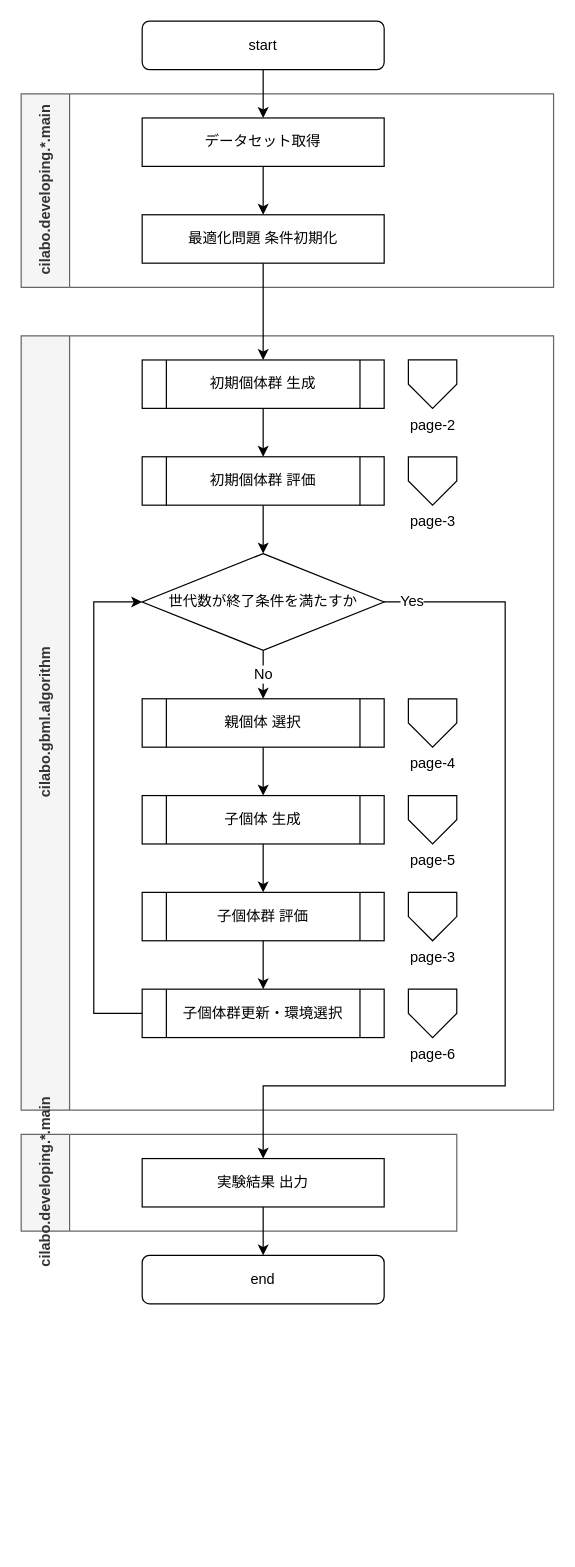
hiro-tacky/MoFGBML_roma keeps this draw.io diagram as page "Page-1" (1 of 3) of 名称未設定ファイル.drawio. Above is the earlier version. Source tidied: cells renumbered, new cells numbered last; positions are measured from the earlier drawing's top-left corner, leaving out a move shared by most shapes. Both pictures are drawn from the tidied source at 121%, with x=0, y=0 at pixel (21, 21).
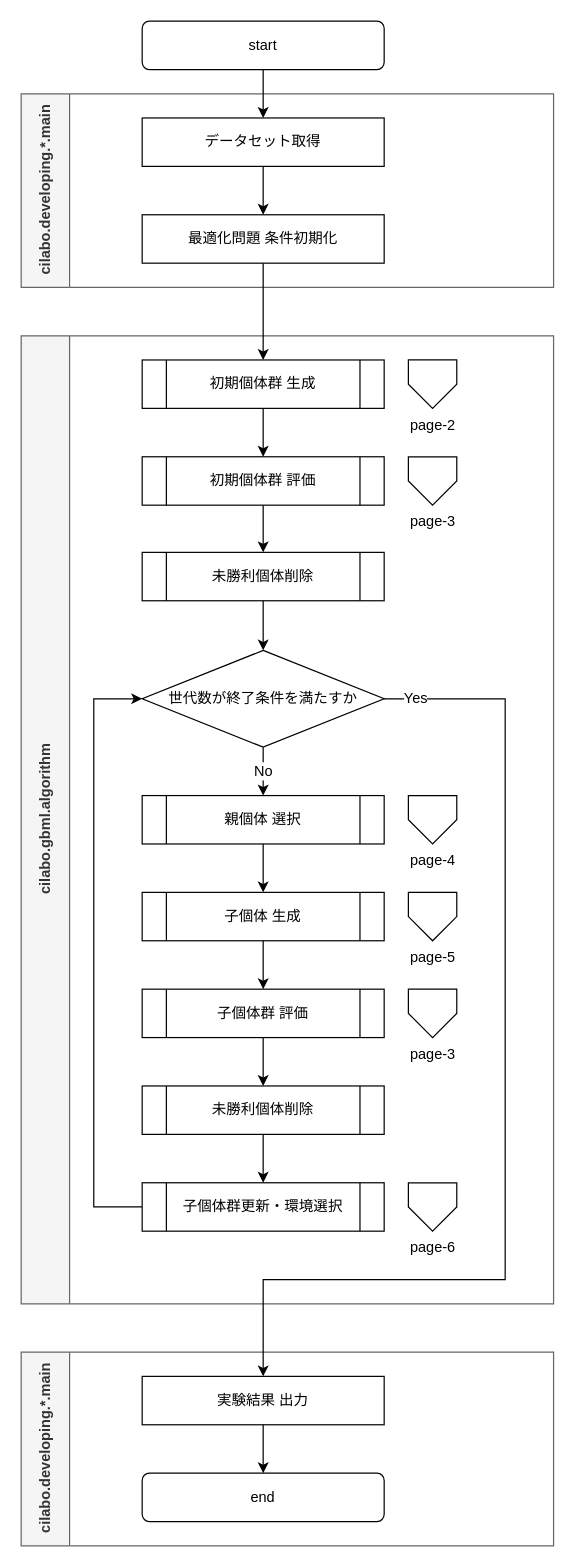
After the change.

The change refers to these unchanged cells:
```xml
<mxCell id="22" value="初期個体群 評価" style="shape=process;whiteSpace=wrap;html=1;backgroundOutline=1;fontFamily=Helvetica;fontSize=12;fontColor=default;align=center;strokeColor=default;fillColor=default;" parent="1" vertex="1">
  <mxGeometry x="100" y="360" width="200" height="40" as="geometry" />
</mxCell>
<mxCell id="29" value="実験結果 出力" style="rounded=0;whiteSpace=wrap;html=1;" parent="28" vertex="1">
  <mxGeometry x="100" y="20" width="200" height="40" as="geometry" />
</mxCell>
```

Change to the diagram source:
```diff
@@
     <mxCell id="5" value="cilabo.gbml.algorithm" style="swimlane;horizontal=0;rounded=0;fontFamily=Helvetica;fontSize=12;strokeColor=#666666;fillColor=#f5f5f5;html=1;startSize=40;fontColor=#333333;" parent="1" vertex="1">
-      <mxGeometry y="260" width="440" height="640" as="geometry" />
+      <mxGeometry y="260" width="440" height="800" as="geometry" />
     </mxCell>
@@
     <mxCell id="7" value="世代数が終了条件を満たすか" style="rhombus;whiteSpace=wrap;html=1;rounded=0;fontFamily=Helvetica;fontSize=12;fontColor=default;strokeColor=default;fillColor=default;" parent="5" vertex="1">
-      <mxGeometry x="100" y="180" width="200" height="80" as="geometry" />
+      <mxGeometry x="100" y="260" width="200" height="80" as="geometry" />
     </mxCell>
@@
     <mxCell id="9" value="親個体 選択" style="shape=process;whiteSpace=wrap;html=1;backgroundOutline=1;fontFamily=Helvetica;fontSize=12;fontColor=default;align=center;strokeColor=default;fillColor=default;" parent="5" vertex="1">
-      <mxGeometry x="100" y="300" width="200" height="40" as="geometry" />
+      <mxGeometry x="100" y="380" width="200" height="40" as="geometry" />
     </mxCell>
     <mxCell id="10" value="子個体 生成" style="shape=process;whiteSpace=wrap;html=1;backgroundOutline=1;fontFamily=Helvetica;fontSize=12;fontColor=default;align=center;strokeColor=default;fillColor=default;" parent="5" vertex="1">
-      <mxGeometry x="100" y="380" width="200" height="40" as="geometry" />
+      <mxGeometry x="100" y="460" width="200" height="40" as="geometry" />
     </mxCell>
@@
     <mxCell id="13" value="page-4" style="verticalLabelPosition=bottom;verticalAlign=top;html=1;shape=offPageConnector;rounded=0;size=0.5;fontFamily=Helvetica;fontSize=12;fontColor=default;strokeColor=default;fillColor=default;" parent="5" vertex="1">
-      <mxGeometry x="320" y="300" width="40" height="40" as="geometry" />
+      <mxGeometry x="320" y="380" width="40" height="40" as="geometry" />
     </mxCell>
     <mxCell id="14" value="page-5" style="verticalLabelPosition=bottom;verticalAlign=top;html=1;shape=offPageConnector;rounded=0;size=0.5;fontFamily=Helvetica;fontSize=12;fontColor=default;strokeColor=default;fillColor=default;" parent="5" vertex="1">
-      <mxGeometry x="320" y="380" width="40" height="40" as="geometry" />
+      <mxGeometry x="320" y="460" width="40" height="40" as="geometry" />
     </mxCell>
     <mxCell id="15" value="page-3" style="verticalLabelPosition=bottom;verticalAlign=top;html=1;shape=offPageConnector;rounded=0;size=0.5;fontFamily=Helvetica;fontSize=12;fontColor=default;strokeColor=default;fillColor=default;" parent="5" vertex="1">
-      <mxGeometry x="320" y="460" width="40" height="40" as="geometry" />
+      <mxGeometry x="320" y="540" width="40" height="40" as="geometry" />
     </mxCell>
     <mxCell id="16" value="page-6" style="verticalLabelPosition=bottom;verticalAlign=top;html=1;shape=offPageConnector;rounded=0;size=0.5;fontFamily=Helvetica;fontSize=12;fontColor=default;strokeColor=default;fillColor=default;" parent="5" vertex="1">
-      <mxGeometry x="320" y="540" width="40" height="40" as="geometry" />
+      <mxGeometry x="320" y="700" width="40" height="40" as="geometry" />
     </mxCell>
+    <mxCell id="35" style="edgeStyle=orthogonalEdgeStyle;rounded=0;jettySize=auto;html=1;" parent="5" edge="1" source="36" target="7">
+      <mxGeometry relative="1" as="geometry" />
+    </mxCell>
+    <mxCell id="36" value="未勝利個体削除" style="shape=process;whiteSpace=wrap;html=1;backgroundOutline=1;fontFamily=Helvetica;fontSize=12;fontColor=default;align=center;strokeColor=default;fillColor=default;" parent="5" vertex="1">
+      <mxGeometry x="100" y="179" width="200" height="40" as="geometry" />
+    </mxCell>
+    <mxCell id="37" value="未勝利個体削除" style="shape=process;whiteSpace=wrap;html=1;backgroundOutline=1;fontFamily=Helvetica;fontSize=12;fontColor=default;align=center;strokeColor=default;fillColor=default;" parent="5" vertex="1">
+      <mxGeometry x="100" y="620" width="200" height="40" as="geometry" />
+    </mxCell>
@@
-    <mxCell id="21" style="edgeStyle=orthogonalEdgeStyle;rounded=0;jettySize=auto;html=1;exitX=0.5;exitY=1;exitDx=0;exitDy=0;entryX=0.5;entryY=0;entryDx=0;entryDy=0;fontFamily=Helvetica;fontSize=12;fontColor=default;" parent="1" edge="1" source="22" target="7">
-      <mxGeometry relative="1" as="geometry" />
-    </mxCell>
+    <mxCell id="38" style="edgeStyle=orthogonalEdgeStyle;rounded=0;jettySize=auto;html=1;entryX=0.5;entryY=0;entryDx=0;entryDy=0;" parent="1" edge="1" source="22" target="36">
+      <mxGeometry relative="1" as="geometry" />
+    </mxCell>
@@
-    <mxCell id="23" style="edgeStyle=orthogonalEdgeStyle;rounded=0;jettySize=auto;html=1;exitX=0.5;exitY=1;exitDx=0;exitDy=0;entryX=0.5;entryY=0;entryDx=0;entryDy=0;fontFamily=Helvetica;fontSize=12;fontColor=default;" parent="1" edge="1" source="24" target="26">
+    <mxCell id="23" style="edgeStyle=orthogonalEdgeStyle;rounded=0;jettySize=auto;html=1;exitX=0.5;exitY=1;exitDx=0;exitDy=0;entryX=0.5;entryY=0;entryDx=0;entryDy=0;fontFamily=Helvetica;fontSize=12;fontColor=default;" parent="1" edge="1" source="24" target="37">
       <mxGeometry relative="1" as="geometry" />
     </mxCell>
     <mxCell id="24" value="子個体群 評価" style="shape=process;whiteSpace=wrap;html=1;backgroundOutline=1;fontFamily=Helvetica;fontSize=12;fontColor=default;align=center;strokeColor=default;fillColor=default;" parent="1" vertex="1">
-      <mxGeometry x="100" y="720" width="200" height="40" as="geometry" />
+      <mxGeometry x="100" y="800" width="200" height="40" as="geometry" />
     </mxCell>
     <mxCell id="25" style="edgeStyle=orthogonalEdgeStyle;rounded=0;jettySize=auto;html=1;exitX=0;exitY=0.5;exitDx=0;exitDy=0;entryX=0;entryY=0.5;entryDx=0;entryDy=0;fontFamily=Helvetica;fontSize=12;fontColor=default;" parent="1" edge="1" source="26" target="7">
       <mxGeometry relative="1" as="geometry">
         <Array as="points">
-          <mxPoint x="60" y="820" />
-          <mxPoint x="60" y="480" />
+          <mxPoint x="60" y="980" />
+          <mxPoint x="60" y="560" />
         </Array>
       </mxGeometry>
     </mxCell>
     <mxCell id="26" value="子個体群更新・環境選択" style="shape=process;whiteSpace=wrap;html=1;backgroundOutline=1;fontFamily=Helvetica;fontSize=12;fontColor=default;align=center;strokeColor=default;fillColor=default;" parent="1" vertex="1">
-      <mxGeometry x="100" y="800" width="200" height="40" as="geometry" />
+      <mxGeometry x="100" y="960" width="200" height="40" as="geometry" />
     </mxCell>
@@
     <mxCell id="28" value="cilabo.developing.*.main" style="swimlane;horizontal=0;rounded=0;fontFamily=Helvetica;fontSize=12;strokeColor=#666666;fillColor=#f5f5f5;html=1;startSize=40;fontColor=#333333;" parent="1" vertex="1">
-      <mxGeometry y="920" width="360" height="80" as="geometry" />
+      <mxGeometry y="1100" width="440" height="160" as="geometry" />
     </mxCell>
@@
     <mxCell id="30" value="Yes" style="edgeStyle=orthogonalEdgeStyle;rounded=0;jettySize=auto;html=1;exitX=1;exitY=0.5;exitDx=0;exitDy=0;entryX=0.5;entryY=0;entryDx=0;entryDy=0;fontFamily=Helvetica;fontSize=12;fontColor=default;" parent="1" edge="1" source="7" target="29">
       <mxGeometry x="-0.94" relative="1" as="geometry">
         <Array as="points">
-          <mxPoint x="400" y="480" />
-          <mxPoint x="400" y="880" />
-          <mxPoint x="200" y="880" />
+          <mxPoint x="400" y="560" />
+          <mxPoint x="400" y="1040" />
+          <mxPoint x="200" y="1040" />
         </Array>
       </mxGeometry>
     </mxCell>
@@
     <mxCell id="33" value="end" style="rounded=1;whiteSpace=wrap;html=1;fontFamily=Helvetica;fontSize=12;fontColor=default;strokeColor=default;fillColor=default;" parent="1" vertex="1">
-      <mxGeometry x="100" y="1020" width="200" height="40" as="geometry" />
+      <mxGeometry x="100" y="1200" width="200" height="40" as="geometry" />
     </mxCell>
@@
+    <mxCell id="39" style="edgeStyle=orthogonalEdgeStyle;rounded=0;jettySize=auto;html=1;entryX=0.5;entryY=0;entryDx=0;entryDy=0;" parent="1" edge="1" source="37" target="26">
+      <mxGeometry relative="1" as="geometry" />
+    </mxCell>
```
